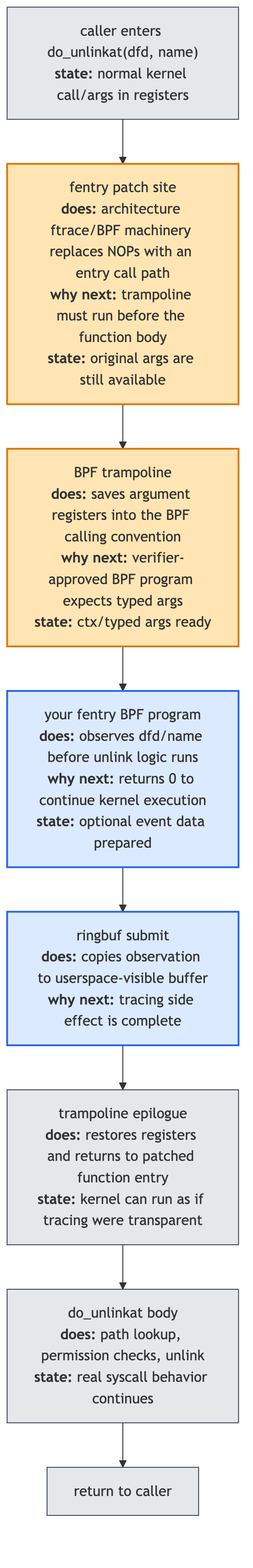
biefy/books keeps this Mermaid diagram as ebpf/src/diagrams/day01_trampoline_flow.png. Above is the earlier version. Its source is kept beside it as ebpf/src/diagrams/src/day01_trampoline_flow.mmd.
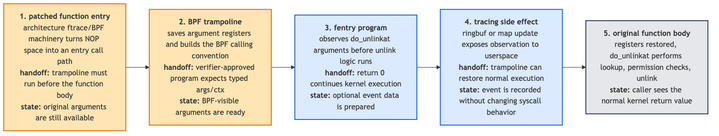
Later version of the same file.

The edit, as a diff of the source:
```diff
@@ -1,18 +1,19 @@
-flowchart TD
-    CALLER["caller enters do_unlinkat(dfd, name)<br/><b>state:</b> normal kernel call/args in registers"]
-    PATCH["fentry patch site<br/><b>does:</b> architecture ftrace/BPF machinery replaces NOPs with an entry call path<br/><b>why next:</b> trampoline must run before the function body<br/><b>state:</b> original args are still available"]
-    TRAMP["BPF trampoline<br/><b>does:</b> saves argument registers into the BPF calling convention<br/><b>why next:</b> verifier-approved BPF program expects typed args<br/><b>state:</b> ctx/typed args ready"]
-    BPF["your fentry BPF program<br/><b>does:</b> observes dfd/name before unlink logic runs<br/><b>why next:</b> returns 0 to continue kernel execution<br/><b>state:</b> optional event data prepared"]
-    RING["ringbuf submit<br/><b>does:</b> copies observation to userspace-visible buffer<br/><b>why next:</b> tracing side effect is complete"]
-    RESTORE["trampoline epilogue<br/><b>does:</b> restores registers and returns to patched function entry<br/><b>state:</b> kernel can run as if tracing were transparent"]
-    BODY["do_unlinkat body<br/><b>does:</b> path lookup, permission checks, unlink<br/><b>state:</b> real syscall behavior continues"]
-    RET["return to caller"]
+flowchart LR
+    Patch["<b>1. patched function entry</b><br/>architecture ftrace/BPF machinery turns NOP space into an entry call path<br/><b>handoff:</b> trampoline must run before the function body<br/><b>state:</b> original arguments are still available"]
 
-    CALLER --> PATCH --> TRAMP --> BPF --> RING --> RESTORE --> BODY --> RET
+    Tramp["<b>2. BPF trampoline</b><br/>saves argument registers and builds the BPF calling convention<br/><b>handoff:</b> verifier-approved program expects typed args/ctx<br/><b>state:</b> BPF-visible arguments are ready"]
+
+    Prog["<b>3. fentry program</b><br/>observes do_unlinkat arguments before unlink logic runs<br/><b>handoff:</b> return 0 continues kernel execution<br/><b>state:</b> optional event data is prepared"]
+
+    Event["<b>4. tracing side effect</b><br/>ringbuf or map update exposes observation to userspace<br/><b>handoff:</b> trampoline can restore normal execution<br/><b>state:</b> event is recorded without changing syscall behavior"]
+
+    Body["<b>5. original function body</b><br/>registers restored, do_unlinkat performs lookup, permission checks, unlink<br/><b>state:</b> caller sees the normal kernel return value"]
+
+    Patch --> Tramp --> Prog --> Event --> Body
 
     classDef hot fill:#ffe5b4,stroke:#d97706,stroke-width:2px
     classDef bpf fill:#dbeafe,stroke:#2563eb,stroke-width:2px
-    classDef kern fill:#e5e7eb,stroke:#374151,stroke-width:1px
-    class PATCH,TRAMP hot
-    class BPF,RING bpf
-    class CALLER,RESTORE,BODY,RET kern
+    classDef kern fill:#e5e7eb,stroke:#374151,stroke-width:2px
+    class Patch,Tramp hot
+    class Prog,Event bpf
+    class Body kern
```
